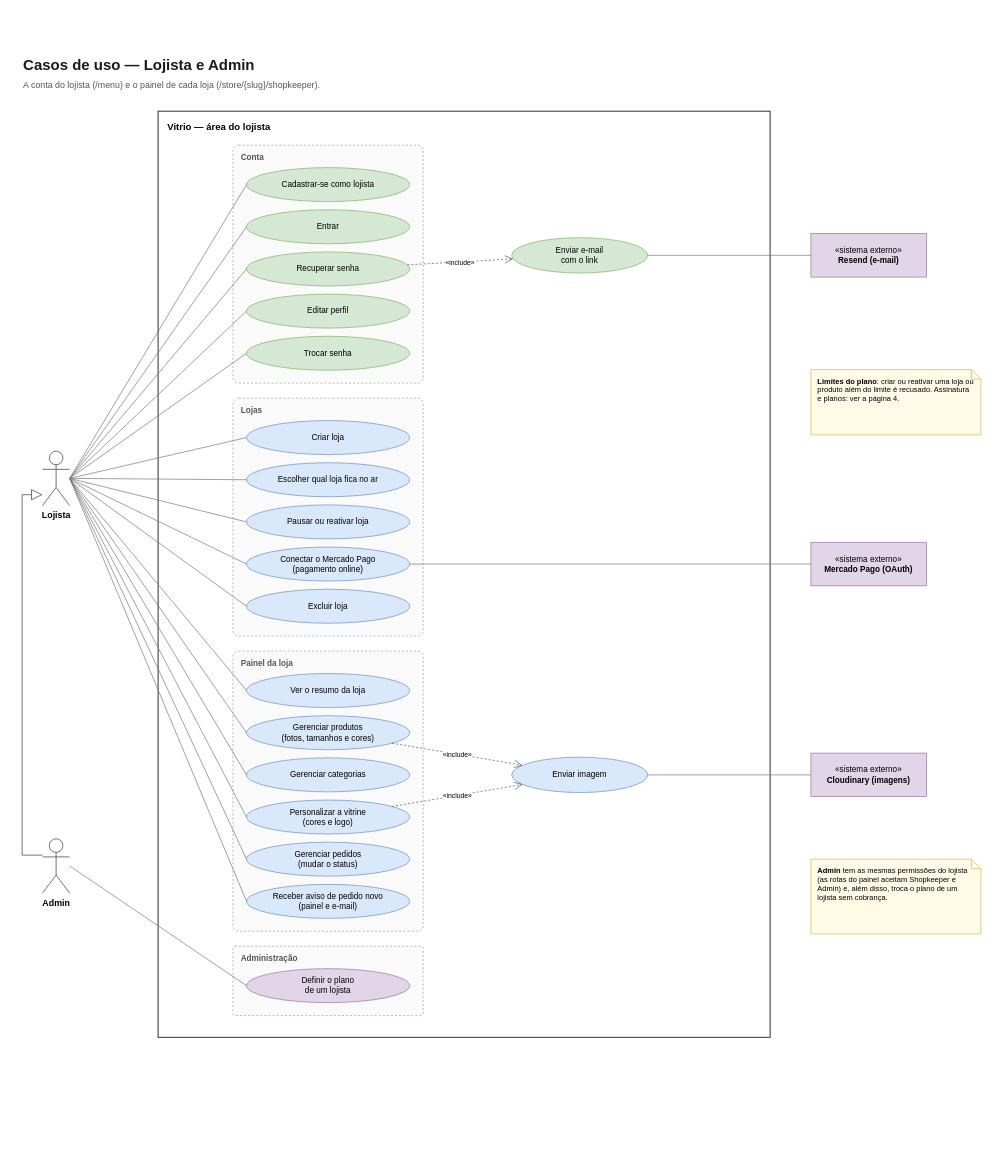
Above: page "3. Casos de uso — Lojista e Admin" (3 of 13) of docs/diagramas/vitrio.drawio in eric-araujo-18/vitrio (draw.io), before the change. Source tidied: cells renumbered, new cells numbered last; positions are measured from the earlier drawing's top-left corner, leaving out a move shared by most shapes. Both pictures are drawn from the tidied source at 68%, with x=0, y=0 at pixel (22, 54).
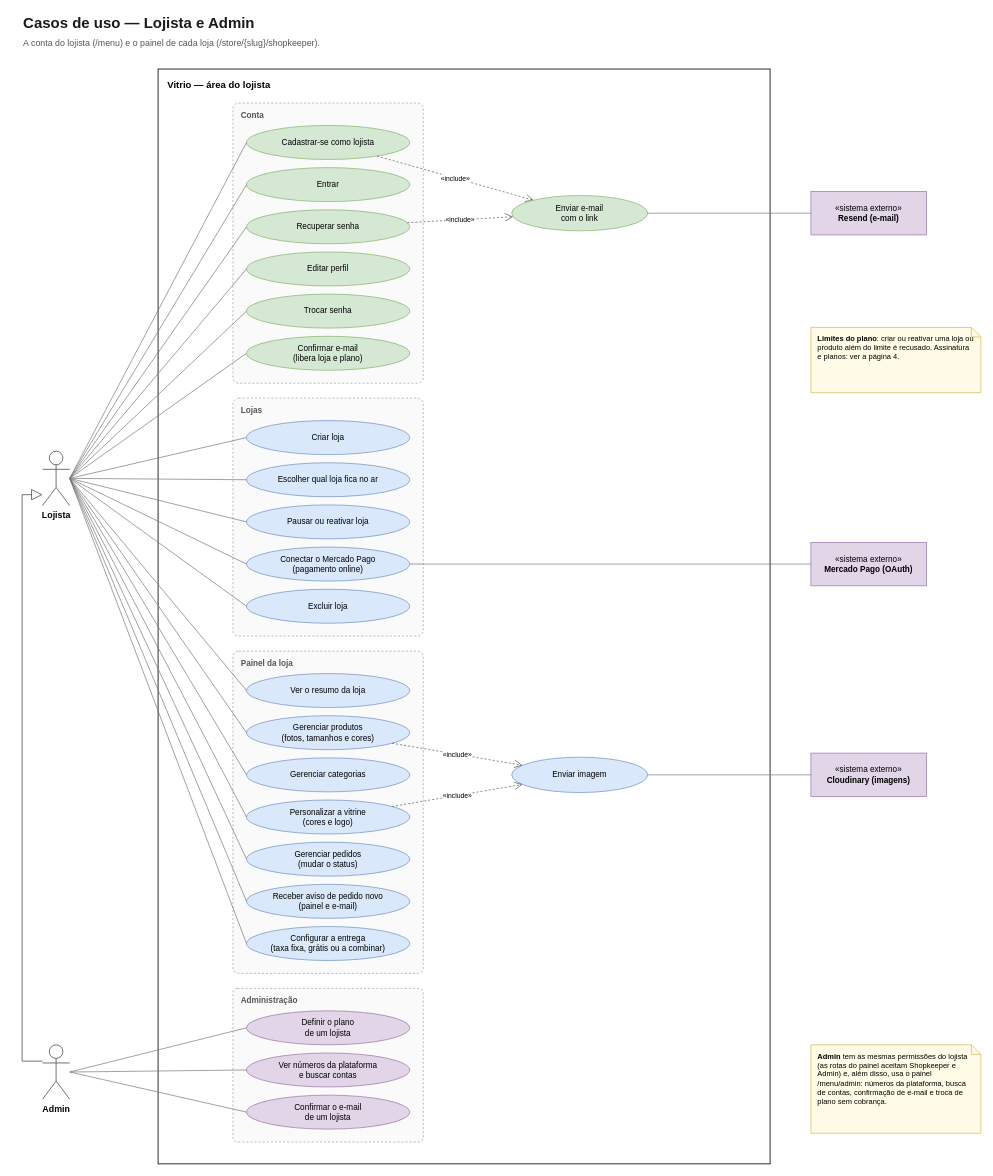
The same page after the edit.

The change refers to these unchanged cells:
```xml
<mxCell id="5" value="Lojista" style="shape=umlActor;verticalLabelPosition=bottom;verticalAlign=top;html=1;outlineConnect=0;fontStyle=1;fontSize=13;strokeColor=#333333;fillColor=#ffffff;" parent="1" vertex="1">
  <mxGeometry x="30" y="584" width="40" height="80" as="geometry" />
</mxCell>
```

The edit, as a diff of the source:
```diff
@@
     <mxCell id="2" value="&lt;b&gt;Casos de uso — Lojista e Admin&lt;/b&gt;" style="text;html=1;align=left;verticalAlign=middle;fontSize=22;whiteSpace=wrap;fontColor=#1a1a1a;" parent="1" vertex="1">
-      <mxGeometry width="1400" height="34" as="geometry" />
+      <mxGeometry y="-62" width="1400" height="34" as="geometry" />
     </mxCell>
     <mxCell id="3" value="A conta do lojista (/menu) e o painel de cada loja (/store/{slug}/shopkeeper)." style="text;html=1;align=left;verticalAlign=middle;fontSize=13;whiteSpace=wrap;fontColor=#555555;" parent="1" vertex="1">
-      <mxGeometry y="34" width="1400" height="24" as="geometry" />
+      <mxGeometry y="-28" width="1400" height="24" as="geometry" />
     </mxCell>
     <mxCell id="4" value="Vitrio — área do lojista" style="rounded=0;whiteSpace=wrap;html=1;fillColor=none;strokeColor=#333333;strokeWidth=1.5;verticalAlign=top;align=left;spacingLeft=12;spacingTop=8;fontStyle=1;fontSize=14;" parent="1" vertex="1">
-      <mxGeometry x="200" y="84" width="900" height="1362" as="geometry" />
+      <mxGeometry x="200" y="22" width="900" height="1610" as="geometry" />
     </mxCell>
@@
     <mxCell id="6" value="Admin" style="shape=umlActor;verticalLabelPosition=bottom;verticalAlign=top;html=1;outlineConnect=0;fontStyle=1;fontSize=13;strokeColor=#333333;fillColor=#ffffff;" parent="1" vertex="1">
-      <mxGeometry x="30" y="1154" width="40" height="80" as="geometry" />
+      <mxGeometry x="30" y="1457" width="40" height="80" as="geometry" />
     </mxCell>
     <mxCell id="7" style="endArrow=block;endFill=0;endSize=14;html=1;rounded=0;strokeColor=#333333;edgeStyle=orthogonalEdgeStyle;exitX=0;exitY=0.3;exitDx=0;exitDy=0;entryX=0;entryY=0.8;entryDx=0;entryDy=0;" parent="1" edge="1" source="6" target="5">
       <mxGeometry relative="1" as="geometry">
         <Array as="points">
-          <mxPoint y="1178" />
+          <mxPoint y="1481" />
           <mxPoint y="648" />
         </Array>
       </mxGeometry>
     </mxCell>
     <mxCell id="8" value="Conta" style="rounded=1;arcSize=3;whiteSpace=wrap;html=1;dashed=1;fillColor=#fafafa;strokeColor=#9e9e9e;verticalAlign=top;align=left;spacingLeft=10;spacingTop=4;fontStyle=1;fontSize=12;fontColor=#555555;" parent="1" vertex="1">
-      <mxGeometry x="310" y="134" width="280" height="350" as="geometry" />
+      <mxGeometry x="310" y="72" width="280" height="412" as="geometry" />
     </mxCell>
     <mxCell id="9" value="Cadastrar-se como lojista" style="ellipse;whiteSpace=wrap;html=1;fillColor=#d5e8d4;strokeColor=#82b366;fontSize=12;" parent="1" vertex="1">
-      <mxGeometry x="330" y="167" width="240" height="50" as="geometry" />
+      <mxGeometry x="330" y="105" width="240" height="50" as="geometry" />
     </mxCell>
     <mxCell id="10" value="Entrar" style="ellipse;whiteSpace=wrap;html=1;fillColor=#d5e8d4;strokeColor=#82b366;fontSize=12;" parent="1" vertex="1">
-      <mxGeometry x="330" y="229" width="240" height="50" as="geometry" />
+      <mxGeometry x="330" y="167" width="240" height="50" as="geometry" />
     </mxCell>
     <mxCell id="11" value="Recuperar senha" style="ellipse;whiteSpace=wrap;html=1;fillColor=#d5e8d4;strokeColor=#82b366;fontSize=12;" parent="1" vertex="1">
-      <mxGeometry x="330" y="291" width="240" height="50" as="geometry" />
+      <mxGeometry x="330" y="229" width="240" height="50" as="geometry" />
     </mxCell>
     <mxCell id="12" value="Editar perfil" style="ellipse;whiteSpace=wrap;html=1;fillColor=#d5e8d4;strokeColor=#82b366;fontSize=12;" parent="1" vertex="1">
-      <mxGeometry x="330" y="353" width="240" height="50" as="geometry" />
+      <mxGeometry x="330" y="291" width="240" height="50" as="geometry" />
     </mxCell>
     <mxCell id="13" value="Trocar senha" style="ellipse;whiteSpace=wrap;html=1;fillColor=#d5e8d4;strokeColor=#82b366;fontSize=12;" parent="1" vertex="1">
-      <mxGeometry x="330" y="415" width="240" height="50" as="geometry" />
+      <mxGeometry x="330" y="353" width="240" height="50" as="geometry" />
     </mxCell>
+    <mxCell id="59" value="Confirmar e-mail&lt;br&gt;(libera loja e plano)" style="ellipse;whiteSpace=wrap;html=1;fillColor=#d5e8d4;strokeColor=#82b366;fontSize=12;" parent="1" vertex="1">
+      <mxGeometry x="330" y="415" width="240" height="50" as="geometry" />
+    </mxCell>
+    <mxCell id="60" style="endArrow=none;html=1;rounded=0;strokeColor=#777777;exitX=1;exitY=0.5;exitDx=0;exitDy=0;entryX=0;entryY=0.5;entryDx=0;entryDy=0;" parent="1" edge="1" source="5" target="59">
+      <mxGeometry relative="1" as="geometry" />
+    </mxCell>
+    <mxCell id="61" value="«include»" style="endArrow=open;endSize=10;dashed=1;html=1;rounded=0;strokeColor=#555555;fontSize=10;labelBackgroundColor=#ffffff;" parent="1" edge="1" source="9" target="47">
+      <mxGeometry relative="1" as="geometry" />
+    </mxCell>
@@
     <mxCell id="20" value="Painel da loja" style="rounded=1;arcSize=3;whiteSpace=wrap;html=1;dashed=1;fillColor=#fafafa;strokeColor=#9e9e9e;verticalAlign=top;align=left;spacingLeft=10;spacingTop=4;fontStyle=1;fontSize=12;fontColor=#555555;" parent="1" vertex="1">
-      <mxGeometry x="310" y="878" width="280" height="412" as="geometry" />
+      <mxGeometry x="310" y="878" width="280" height="474" as="geometry" />
     </mxCell>
@@
+    <mxCell id="62" value="Configurar a entrega&lt;br&gt;(taxa fixa, grátis ou a combinar)" style="ellipse;whiteSpace=wrap;html=1;fillColor=#dae8fc;strokeColor=#6c8ebf;fontSize=12;" parent="1" vertex="1">
+      <mxGeometry x="330" y="1283" width="240" height="50" as="geometry" />
+    </mxCell>
+    <mxCell id="63" style="endArrow=none;html=1;rounded=0;strokeColor=#777777;exitX=1;exitY=0.5;exitDx=0;exitDy=0;entryX=0;entryY=0.5;entryDx=0;entryDy=0;" parent="1" edge="1" source="5" target="62">
+      <mxGeometry relative="1" as="geometry" />
+    </mxCell>
     <mxCell id="27" value="Administração" style="rounded=1;arcSize=3;whiteSpace=wrap;html=1;dashed=1;fillColor=#fafafa;strokeColor=#9e9e9e;verticalAlign=top;align=left;spacingLeft=10;spacingTop=4;fontStyle=1;fontSize=12;fontColor=#555555;" parent="1" vertex="1">
-      <mxGeometry x="310" y="1312" width="280" height="102" as="geometry" />
+      <mxGeometry x="310" y="1374" width="280" height="226" as="geometry" />
     </mxCell>
     <mxCell id="28" value="Definir o plano&lt;br&gt;de um lojista" style="ellipse;whiteSpace=wrap;html=1;fillColor=#e1d5e7;strokeColor=#9673a6;fontSize=12;" parent="1" vertex="1">
-      <mxGeometry x="330" y="1345" width="240" height="50" as="geometry" />
+      <mxGeometry x="330" y="1407" width="240" height="50" as="geometry" />
     </mxCell>
+    <mxCell id="64" value="Ver números da plataforma&lt;br&gt;e buscar contas" style="ellipse;whiteSpace=wrap;html=1;fillColor=#e1d5e7;strokeColor=#9673a6;fontSize=12;" parent="1" vertex="1">
+      <mxGeometry x="330" y="1469" width="240" height="50" as="geometry" />
+    </mxCell>
+    <mxCell id="65" value="Confirmar o e-mail&lt;br&gt;de um lojista" style="ellipse;whiteSpace=wrap;html=1;fillColor=#e1d5e7;strokeColor=#9673a6;fontSize=12;" parent="1" vertex="1">
+      <mxGeometry x="330" y="1531" width="240" height="50" as="geometry" />
+    </mxCell>
+    <mxCell id="66" style="endArrow=none;html=1;rounded=0;strokeColor=#777777;exitX=1;exitY=0.5;exitDx=0;exitDy=0;entryX=0;entryY=0.5;entryDx=0;entryDy=0;" parent="1" edge="1" source="6" target="64">
+      <mxGeometry relative="1" as="geometry" />
+    </mxCell>
+    <mxCell id="67" style="endArrow=none;html=1;rounded=0;strokeColor=#777777;exitX=1;exitY=0.5;exitDx=0;exitDy=0;entryX=0;entryY=0.5;entryDx=0;entryDy=0;" parent="1" edge="1" source="6" target="65">
+      <mxGeometry relative="1" as="geometry" />
+    </mxCell>
@@
     <mxCell id="47" value="Enviar e-mail&lt;br&gt;com o link" style="ellipse;whiteSpace=wrap;html=1;fillColor=#d5e8d4;strokeColor=#82b366;fontSize=12;" parent="1" vertex="1">
-      <mxGeometry x="720" y="270" width="200" height="52" as="geometry" />
+      <mxGeometry x="720" y="208" width="200" height="52" as="geometry" />
     </mxCell>
@@
     <mxCell id="55" value="«sistema externo»&lt;br&gt;&lt;b&gt;Resend (e-mail)&lt;/b&gt;" style="rounded=0;whiteSpace=wrap;html=1;fillColor=#e1d5e7;strokeColor=#9673a6;fontSize=12;" parent="1" vertex="1">
-      <mxGeometry x="1160" y="264" width="170" height="64" as="geometry" />
+      <mxGeometry x="1160" y="202" width="170" height="64" as="geometry" />
     </mxCell>
@@
-    <mxCell id="57" value="&lt;b&gt;Admin&lt;/b&gt; tem as mesmas permissões do lojista (as rotas do painel aceitam Shopkeeper e Admin) e, além disso, troca o plano de um lojista sem cobrança." style="shape=note;whiteSpace=wrap;html=1;backgroundOutline=1;size=14;fillColor=#fffbe6;strokeColor=#d6b656;fontSize=11;align=left;verticalAlign=top;spacingLeft=8;spacingTop=4;spacingRight=10;" parent="1" vertex="1">
-      <mxGeometry x="1160" y="1184" width="250" height="110" as="geometry" />
+    <mxCell id="57" value="&lt;b&gt;Admin&lt;/b&gt; tem as mesmas permissões do lojista (as rotas do painel aceitam Shopkeeper e Admin) e, além disso, usa o painel /menu/admin: números da plataforma, busca de contas, confirmação de e-mail e troca de plano sem cobrança." style="shape=note;whiteSpace=wrap;html=1;backgroundOutline=1;size=14;fillColor=#fffbe6;strokeColor=#d6b656;fontSize=11;align=left;verticalAlign=top;spacingLeft=8;spacingTop=4;spacingRight=10;" parent="1" vertex="1">
+      <mxGeometry x="1160" y="1457" width="250" height="130" as="geometry" />
     </mxCell>
     <mxCell id="58" value="&lt;b&gt;Limites do plano&lt;/b&gt;: criar ou reativar uma loja ou produto além do limite é recusado. Assinatura e planos: ver a página 4." style="shape=note;whiteSpace=wrap;html=1;backgroundOutline=1;size=14;fillColor=#fffbe6;strokeColor=#d6b656;fontSize=11;align=left;verticalAlign=top;spacingLeft=8;spacingTop=4;spacingRight=10;" parent="1" vertex="1">
-      <mxGeometry x="1160" y="464" width="250" height="96" as="geometry" />
+      <mxGeometry x="1160" y="402" width="250" height="96" as="geometry" />
     </mxCell>
```
